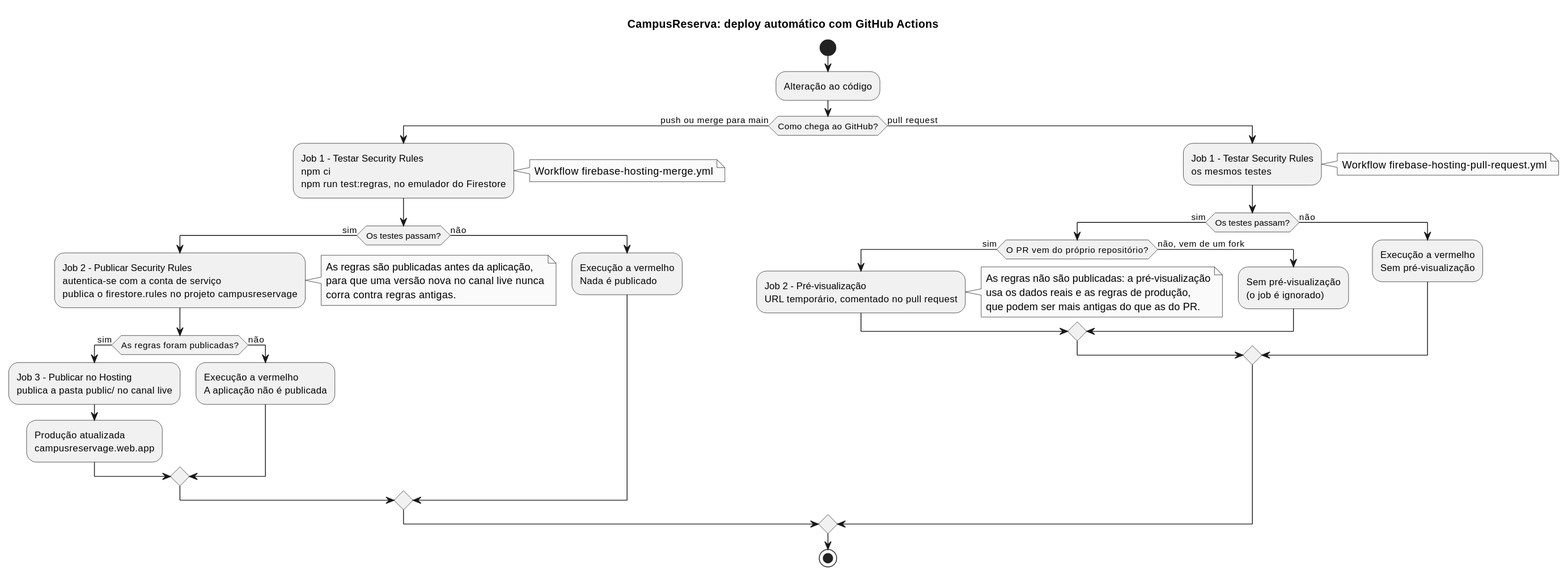
This is docs/imagens/pipeline.svg from diogofcpereira/CampusReserva, a PlantUML export, as it was before one commit. Source of this version:
```plantuml
@startuml
title CampusReserva: deploy automático com GitHub Actions

skinparam monochrome true
skinparam shadowing false

start
:Alteração ao código;

if (Como chega ao GitHub?) then (push ou merge para main)
  :Job 1 - Testar Security Rules
  npm ci
  npm run test:regras, no emulador do Firestore;
  note right
    Workflow firebase-hosting-merge.yml
  end note

  if (Os testes passam?) then (sim)
    :Job 2 - Publicar Security Rules
    autentica-se com a conta de serviço
    publica o firestore.rules no projeto campusreservage;
    note right
      As regras são publicadas antes da aplicação,
      para que uma versão nova no canal live nunca
      corra contra regras antigas.
    end note
    if (As regras foram publicadas?) then (sim)
      :Job 3 - Publicar no Hosting
      publica a pasta public/ no canal live;
      :Produção atualizada
      campusreservage.web.app;
    else (não)
      :Execução a vermelho
      A aplicação não é publicada;
    endif
  else (não)
    :Execução a vermelho
    Nada é publicado;
  endif

else (pull request)
  :Job 1 - Testar Security Rules
  os mesmos testes;
  note right
    Workflow firebase-hosting-pull-request.yml
  end note

  if (Os testes passam?) then (sim)
    if (O PR vem do próprio repositório?) then (sim)
      :Job 2 - Pré-visualização
      URL temporário, comentado no pull request;
      note right
        As regras não são publicadas: a pré-visualização
        usa os dados reais e as regras de produção,
        que podem ser mais antigas do que as do PR.
      end note
    else (não, vem de um fork)
      :Sem pré-visualização
      (o job é ignorado);
    endif
  else (não)
    :Execução a vermelho
    Sem pré-visualização;
  endif
endif

stop
@enduml
```
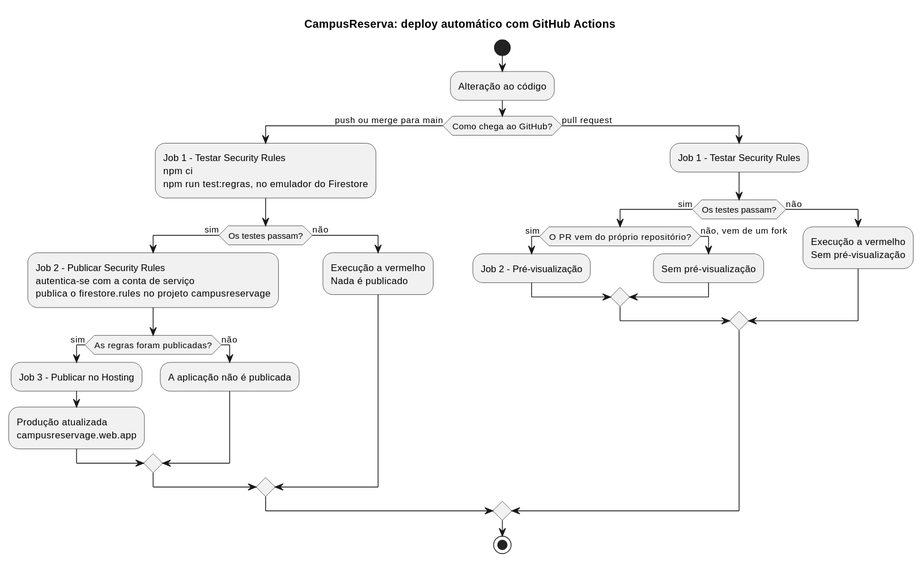
The same diagram one commit later.

What changed in the source:
```diff
@@ -11,27 +11,17 @@
   :Job 1 - Testar Security Rules
   npm ci
   npm run test:regras, no emulador do Firestore;
-  note right
-    Workflow firebase-hosting-merge.yml
-  end note
 
   if (Os testes passam?) then (sim)
     :Job 2 - Publicar Security Rules
     autentica-se com a conta de serviço
     publica o firestore.rules no projeto campusreservage;
-    note right
-      As regras são publicadas antes da aplicação,
-      para que uma versão nova no canal live nunca
-      corra contra regras antigas.
-    end note
     if (As regras foram publicadas?) then (sim)
-      :Job 3 - Publicar no Hosting
-      publica a pasta public/ no canal live;
+      :Job 3 - Publicar no Hosting;
       :Produção atualizada
       campusreservage.web.app;
     else (não)
-      :Execução a vermelho
-      A aplicação não é publicada;
+      :A aplicação não é publicada;
     endif
   else (não)
     :Execução a vermelho
@@ -39,24 +29,13 @@
   endif
 
 else (pull request)
-  :Job 1 - Testar Security Rules
-  os mesmos testes;
-  note right
-    Workflow firebase-hosting-pull-request.yml
-  end note
+  :Job 1 - Testar Security Rules;
 
   if (Os testes passam?) then (sim)
     if (O PR vem do próprio repositório?) then (sim)
-      :Job 2 - Pré-visualização
-      URL temporário, comentado no pull request;
-      note right
-        As regras não são publicadas: a pré-visualização
-        usa os dados reais e as regras de produção,
-        que podem ser mais antigas do que as do PR.
-      end note
+      :Job 2 - Pré-visualização;
     else (não, vem de um fork)
-      :Sem pré-visualização
-      (o job é ignorado);
+      :Sem pré-visualização;
     endif
   else (não)
     :Execução a vermelho
```
